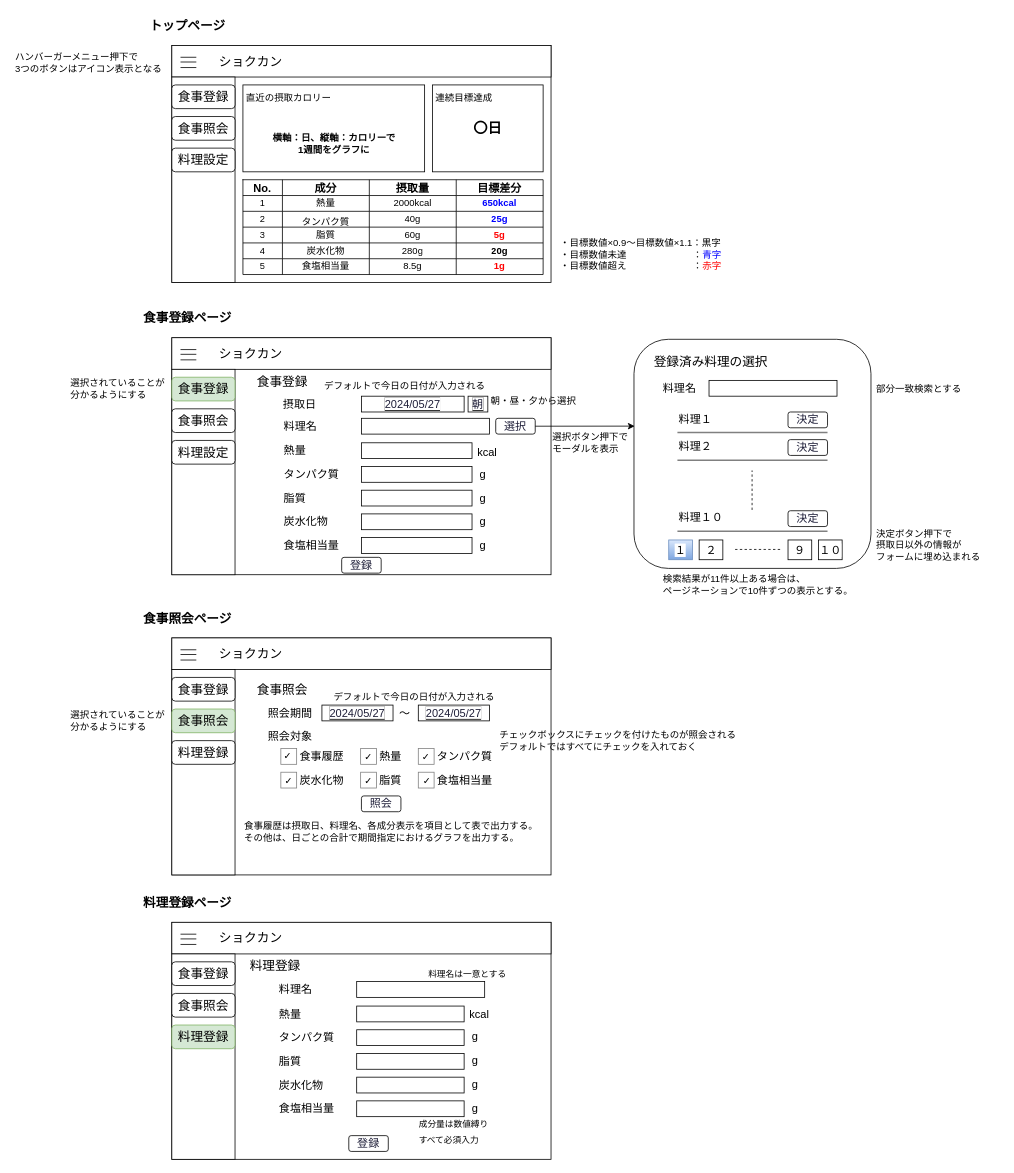
EijiToriki/mealManagement keeps this draw.io diagram as 00_RD_ED_ID/01_画面遷移図.drawio. Above is the earlier version. Source tidied: cells renumbered, new cells numbered last; positions are measured from the earlier drawing's top-left corner, leaving out a move shared by most shapes. Both pictures are drawn from the tidied source at 79%, with x=0, y=0 at pixel (13, 13).
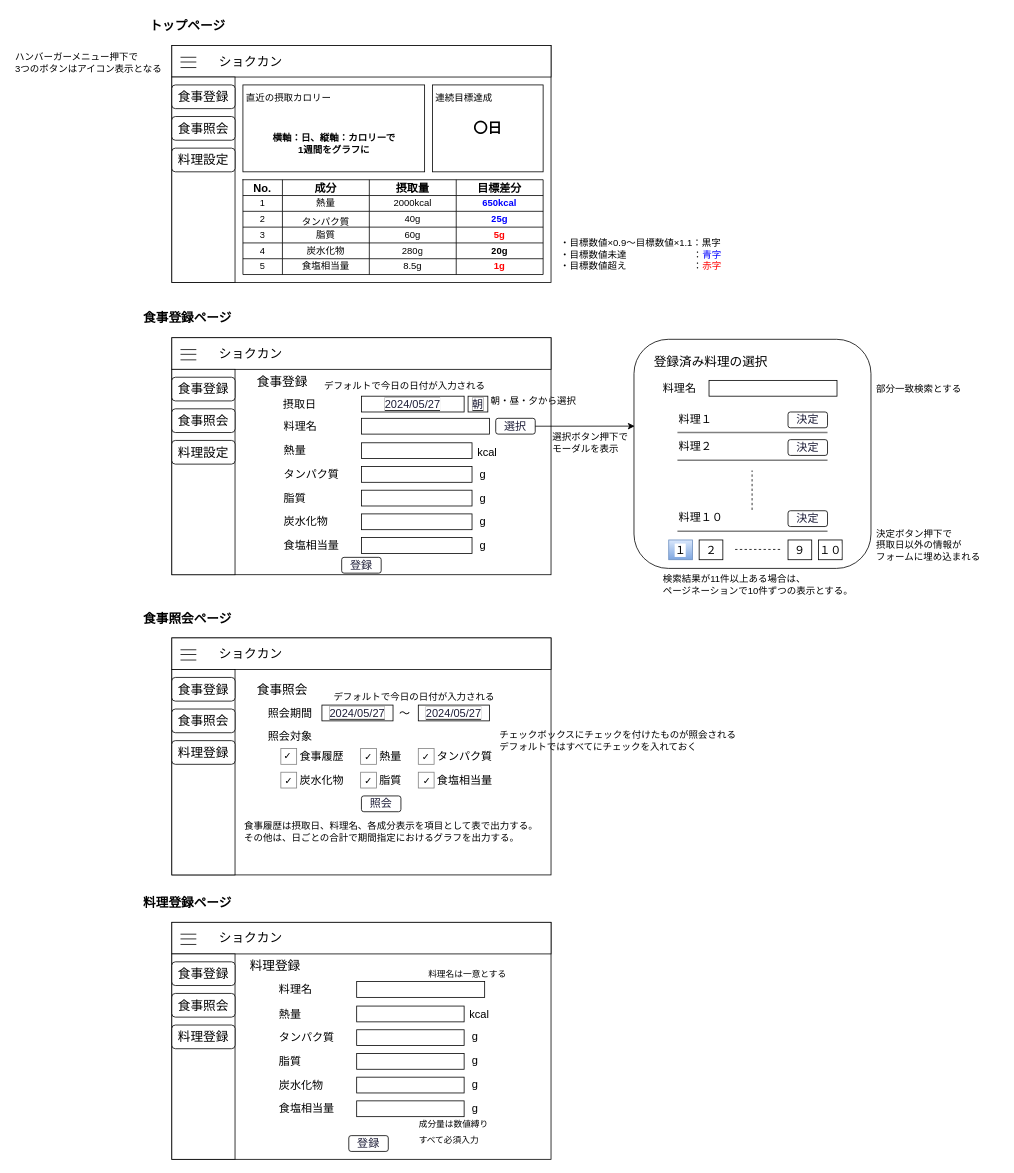
After the change.

Change to the diagram source:
```diff
@@
-    <mxCell id="62" value="食事登録" style="rounded=1;whiteSpace=wrap;html=1;fontSize=16;fillColor=#d5e8d4;strokeColor=#82b366;" parent="1" vertex="1">
+    <mxCell id="62" value="食事登録" style="rounded=1;whiteSpace=wrap;html=1;fontSize=16;" parent="1" vertex="1">
       <mxGeometry x="200" y="460" width="80" height="30" as="geometry" />
     </mxCell>
@@
-    <mxCell id="74" value="食事照会" style="rounded=1;whiteSpace=wrap;html=1;fontSize=16;fillColor=#d5e8d4;strokeColor=#82b366;" parent="1" vertex="1">
+    <mxCell id="74" value="食事照会" style="rounded=1;whiteSpace=wrap;html=1;fontSize=16;" parent="1" vertex="1">
       <mxGeometry x="200" y="880" width="80" height="30" as="geometry" />
     </mxCell>
@@
-    <mxCell id="77" value="選択されていることが&lt;br&gt;分かるようにする" style="text;html=1;strokeColor=none;fillColor=none;align=left;verticalAlign=middle;whiteSpace=wrap;rounded=0;fontSize=12;fontColor=#000000;" parent="1" vertex="1">
-      <mxGeometry x="70" y="450" width="130" height="50" as="geometry" />
-    </mxCell>
@@
-    <mxCell id="120" value="選択されていることが&lt;br&gt;分かるようにする" style="text;html=1;strokeColor=none;fillColor=none;align=left;verticalAlign=middle;whiteSpace=wrap;rounded=0;fontSize=12;fontColor=#000000;" parent="1" vertex="1">
-      <mxGeometry x="70" y="870" width="130" height="50" as="geometry" />
-    </mxCell>
@@
-    <mxCell id="162" value="料理登録" style="rounded=1;whiteSpace=wrap;html=1;fontSize=16;fillColor=#d5e8d4;strokeColor=#82b366;" parent="1" vertex="1">
+    <mxCell id="162" value="料理登録" style="rounded=1;whiteSpace=wrap;html=1;fontSize=16;" parent="1" vertex="1">
       <mxGeometry x="200" y="1280" width="80" height="30" as="geometry" />
     </mxCell>
```
